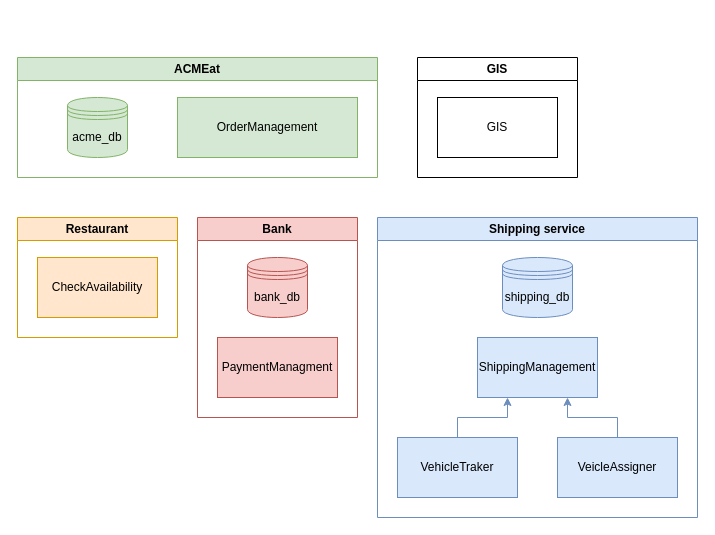
The draw.io diagram docs/acmeat-infrastructure.drawio in asm-project2425/ACMEat, before the edit. Source tidied: cells renumbered, new cells numbered last; positions are measured from the earlier drawing's top-left corner, leaving out a move shared by most shapes. Both pictures are drawn from the tidied source at 100%, with x=0, y=0 at pixel (17, 57).
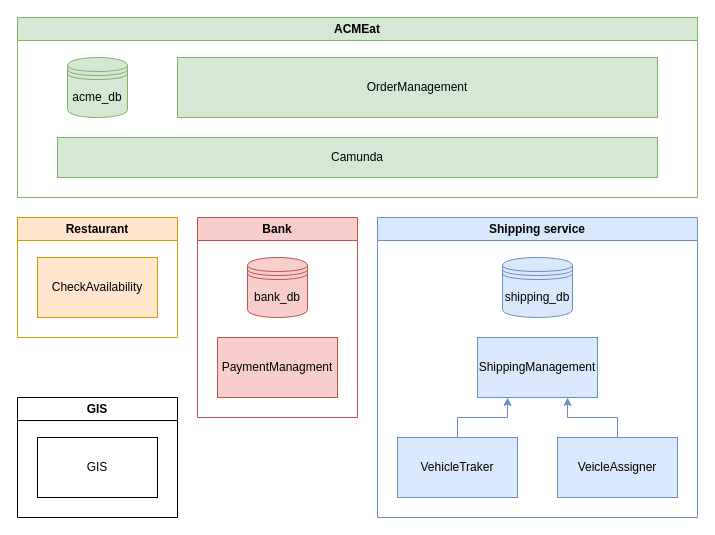
Above is the later version.

Diff of the diagram source:
```diff
@@
 <mxGraphModel>
   <root>
     <mxCell id="0" />
     <mxCell id="1" parent="0" />
     <mxCell id="2" value="ACMEat" style="swimlane;whiteSpace=wrap;html=1;fillColor=#d5e8d4;strokeColor=#82b366;" parent="1" vertex="1">
-      <mxGeometry width="360" height="120" as="geometry" />
+      <mxGeometry y="-40" width="680" height="180" as="geometry" />
     </mxCell>
     <mxCell id="3" value="OrderManagement" style="rounded=0;whiteSpace=wrap;html=1;fillColor=#d5e8d4;strokeColor=#82b366;" parent="2" vertex="1">
-      <mxGeometry x="160" y="40" width="180" height="60" as="geometry" />
+      <mxGeometry x="160" y="40" width="480" height="60" as="geometry" />
     </mxCell>
     <mxCell id="4" value="acme_db" style="shape=datastore;whiteSpace=wrap;html=1;fillColor=#d5e8d4;strokeColor=#82b366;" parent="2" vertex="1">
       <mxGeometry x="50" y="40" width="60" height="60" as="geometry" />
     </mxCell>
+    <mxCell id="19" value="Camunda" style="rounded=0;whiteSpace=wrap;html=1;fillColor=#d5e8d4;strokeColor=#82b366;" parent="2" vertex="1">
+      <mxGeometry x="40" y="120" width="600" height="40" as="geometry" />
+    </mxCell>
     <mxCell id="5" value="Bank" style="swimlane;whiteSpace=wrap;html=1;fillColor=#f8cecc;strokeColor=#b85450;" parent="1" vertex="1">
       <mxGeometry x="180" y="160" width="160" height="200" as="geometry" />
     </mxCell>
     <mxCell id="6" value="PaymentManagment" style="rounded=0;whiteSpace=wrap;html=1;fillColor=#f8cecc;strokeColor=#b85450;" parent="5" vertex="1">
       <mxGeometry x="20" y="120" width="120" height="60" as="geometry" />
     </mxCell>
     <mxCell id="7" value="bank_db" style="shape=datastore;whiteSpace=wrap;html=1;fillColor=#f8cecc;strokeColor=#b85450;" parent="5" vertex="1">
       <mxGeometry x="50" y="40" width="60" height="60" as="geometry" />
     </mxCell>
     <mxCell id="8" value="Restaurant" style="swimlane;whiteSpace=wrap;html=1;startSize=23;fillColor=#ffe6cc;strokeColor=#d79b00;" parent="1" vertex="1">
       <mxGeometry y="160" width="160" height="120" as="geometry" />
     </mxCell>
     <mxCell id="9" value="CheckAvailability" style="rounded=0;whiteSpace=wrap;html=1;fillColor=#ffe6cc;strokeColor=#d79b00;" parent="8" vertex="1">
       <mxGeometry x="20" y="40" width="120" height="60" as="geometry" />
     </mxCell>
     <mxCell id="10" value="Shipping service" style="swimlane;whiteSpace=wrap;html=1;fillColor=#dae8fc;strokeColor=#6c8ebf;" parent="1" vertex="1">
       <mxGeometry x="360" y="160" width="320" height="300" as="geometry" />
     </mxCell>
     <mxCell id="11" style="edgeStyle=orthogonalEdgeStyle;rounded=0;jettySize=auto;html=1;entryX=0.25;entryY=1;entryDx=0;entryDy=0;fillColor=#dae8fc;strokeColor=#6c8ebf;" parent="10" edge="1" source="12" target="13">
       <mxGeometry relative="1" as="geometry" />
     </mxCell>
     <mxCell id="12" value="VehicleTraker" style="rounded=0;whiteSpace=wrap;html=1;fillColor=#dae8fc;strokeColor=#6c8ebf;" parent="10" vertex="1">
       <mxGeometry x="20" y="220" width="120" height="60" as="geometry" />
     </mxCell>
     <mxCell id="13" value="ShippingManagement" style="rounded=0;whiteSpace=wrap;html=1;fillColor=#dae8fc;strokeColor=#6c8ebf;" parent="10" vertex="1">
       <mxGeometry x="100" y="120" width="120" height="60" as="geometry" />
     </mxCell>
     <mxCell id="14" style="edgeStyle=orthogonalEdgeStyle;rounded=0;jettySize=auto;html=1;entryX=0.75;entryY=1;entryDx=0;entryDy=0;fillColor=#dae8fc;strokeColor=#6c8ebf;" parent="10" edge="1" source="15" target="13">
       <mxGeometry relative="1" as="geometry" />
     </mxCell>
     <mxCell id="15" value="VeicleAssigner" style="rounded=0;whiteSpace=wrap;html=1;fillColor=#dae8fc;strokeColor=#6c8ebf;" parent="10" vertex="1">
       <mxGeometry x="180" y="220" width="120" height="60" as="geometry" />
     </mxCell>
     <mxCell id="16" value="shipping_db" style="shape=datastore;whiteSpace=wrap;html=1;fillColor=#dae8fc;strokeColor=#6c8ebf;" parent="10" vertex="1">
       <mxGeometry x="125" y="40" width="70" height="60" as="geometry" />
     </mxCell>
     <mxCell id="17" value="GIS" style="swimlane;whiteSpace=wrap;html=1;" parent="1" vertex="1">
-      <mxGeometry x="400" width="160" height="120" as="geometry" />
+      <mxGeometry y="340" width="160" height="120" as="geometry" />
     </mxCell>
     <mxCell id="18" value="GIS" style="rounded=0;whiteSpace=wrap;html=1;" parent="17" vertex="1">
       <mxGeometry x="20" y="40" width="120" height="60" as="geometry" />
     </mxCell>
   </root>
 </mxGraphModel>
```
